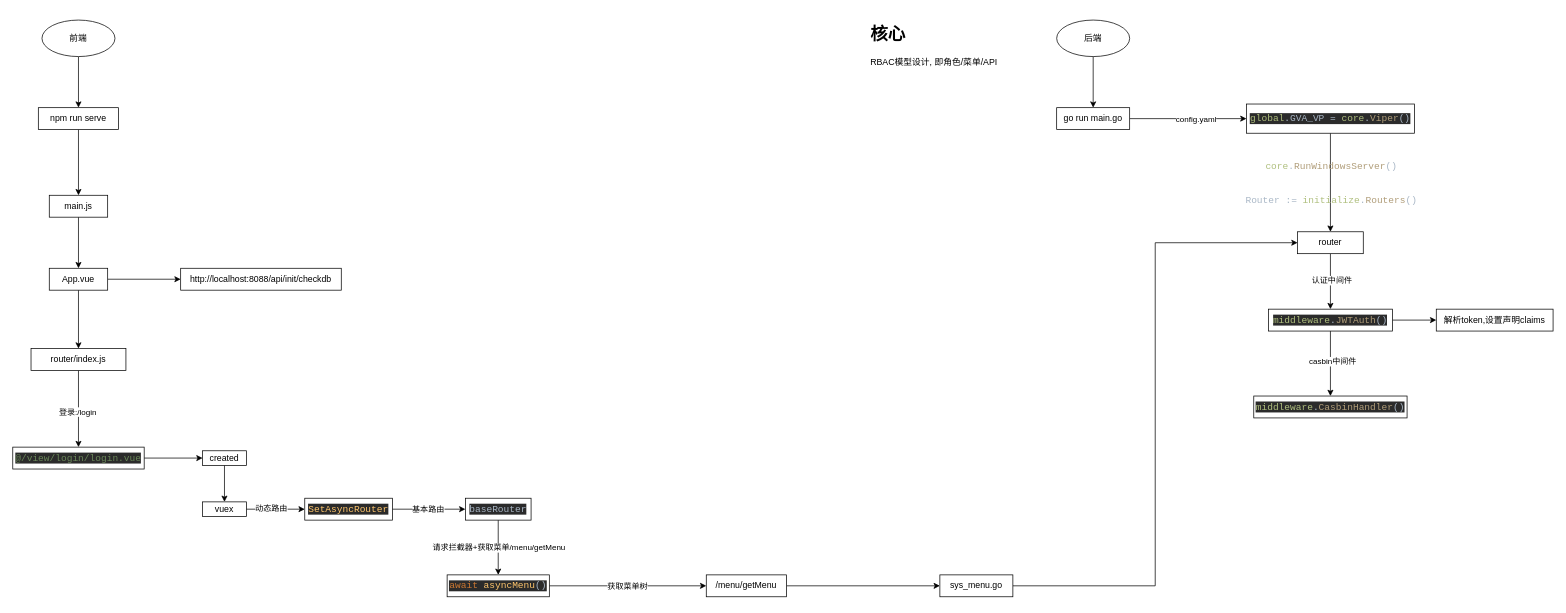
This is server/xb/design.drawio from ssbandjl/gin-vue-admin, a draw.io file, before an edit. Source tidied: cells renumbered, new cells numbered last; positions are measured from the earlier drawing's top-left corner, leaving out a move shared by most shapes. Both pictures are drawn from the tidied source at 73%, with x=0, y=0 at pixel (12, 20).
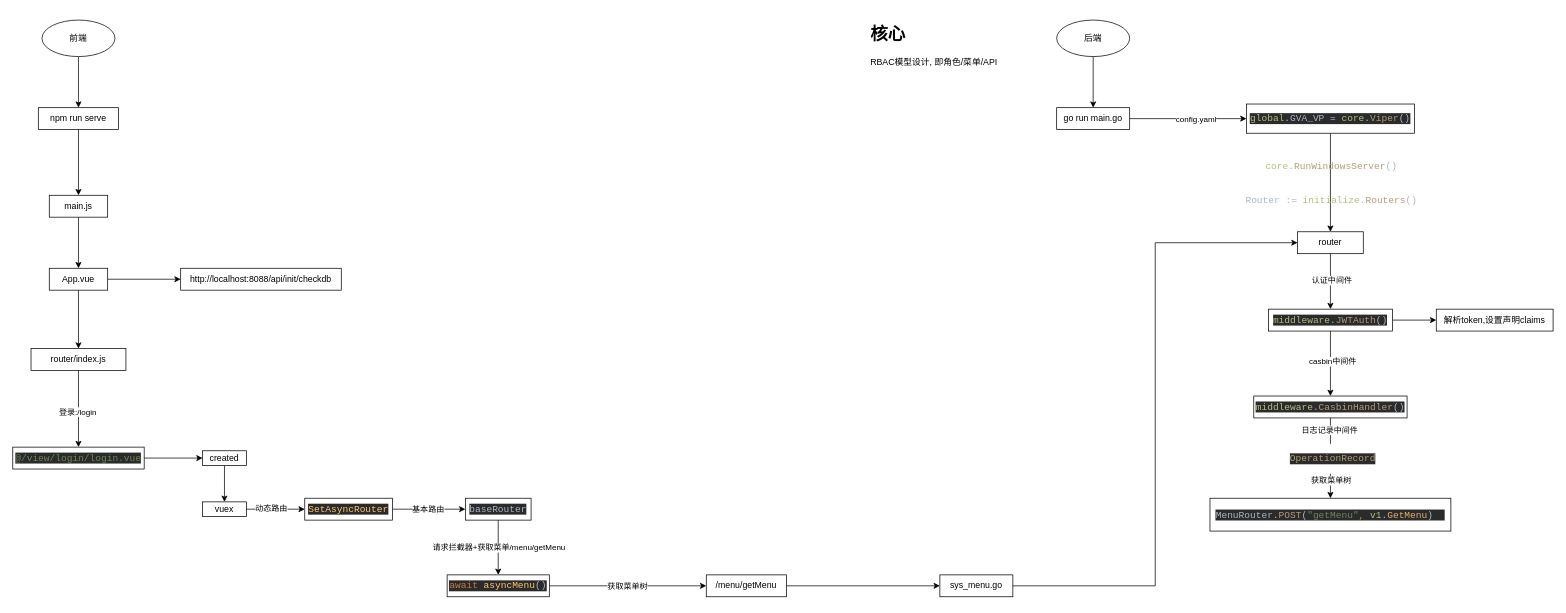
The same page after the edit.

The change refers to these unchanged cells:
```xml
<mxCell id="52" value="&lt;pre style=&quot;background-color: #2b2b2b ; color: #a9b7c6 ; font-family: &amp;#34;jetbrains mono&amp;#34; , monospace ; font-size: 9.8pt&quot;&gt;&lt;span style=&quot;color: #afbf7e&quot;&gt;middleware&lt;/span&gt;.&lt;span style=&quot;color: #b09d79&quot;&gt;CasbinHandler&lt;/span&gt;()&lt;/pre&gt;" style="whiteSpace=wrap;html=1;" parent="1" vertex="1">
  <mxGeometry x="1700" y="515" width="210" height="30" as="geometry" />
</mxCell>
```

Change to the diagram source:
```diff
@@
+    <mxCell id="54" style="edgeStyle=orthogonalEdgeStyle;rounded=0;jettySize=auto;html=1;exitX=0.5;exitY=1;exitDx=0;exitDy=0;" parent="1" edge="1" source="52" target="58">
+      <mxGeometry relative="1" as="geometry" />
+    </mxCell>
+    <mxCell id="55" value="获取菜单树" style="edgeLabel;html=1;align=center;verticalAlign=middle;" parent="54" vertex="1">
+      <mxGeometry x="-0.03" y="1" relative="1" as="geometry">
+        <mxPoint x="-1" y="32" as="offset" />
+      </mxGeometry>
+    </mxCell>
+    <mxCell id="56" value="&lt;pre style=&quot;background-color: #2b2b2b ; color: #a9b7c6 ; font-family: &amp;#34;jetbrains mono&amp;#34; , monospace ; font-size: 9.8pt&quot;&gt;&lt;span style=&quot;color: #b09d79&quot;&gt;OperationRecord&lt;/span&gt;&lt;/pre&gt;" style="edgeLabel;html=1;align=center;verticalAlign=middle;" parent="54" vertex="1">
+      <mxGeometry x="-0.56" y="2" relative="1" as="geometry">
+        <mxPoint y="31" as="offset" />
+      </mxGeometry>
+    </mxCell>
+    <mxCell id="57" value="日志记录中间件" style="edgeLabel;html=1;align=center;verticalAlign=middle;" parent="54" vertex="1">
+      <mxGeometry x="-0.71" y="-2" relative="1" as="geometry" />
+    </mxCell>
@@
+    <mxCell id="58" value="&lt;pre style=&quot;background-color: #2b2b2b ; color: #a9b7c6 ; font-family: &amp;#34;jetbrains mono&amp;#34; , monospace ; font-size: 9.8pt&quot;&gt;MenuRouter.&lt;span style=&quot;color: #b09d79&quot;&gt;POST&lt;/span&gt;(&lt;span style=&quot;color: #6a8759&quot;&gt;&quot;getMenu&quot;&lt;/span&gt;&lt;span style=&quot;color: #cc7832&quot;&gt;, &lt;/span&gt;&lt;span style=&quot;color: #afbf7e&quot;&gt;v1&lt;/span&gt;.&lt;span style=&quot;color: #e6b163&quot;&gt;GetMenu&lt;/span&gt;)  &lt;/pre&gt;" style="whiteSpace=wrap;html=1;labelBackgroundColor=#ffffff;" parent="1" vertex="1">
+      <mxGeometry x="1640" y="655" width="330" height="45" as="geometry" />
+    </mxCell>
```
